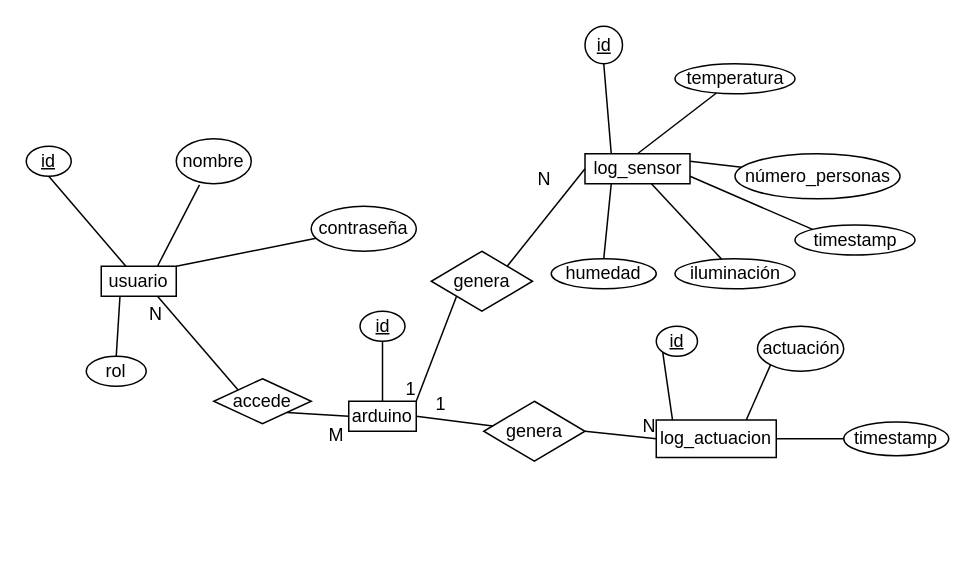
This is ER-integrador.drawio from SergioAlvarezCasasola/integrador, a draw.io file, before an edit. Source tidied: cells renumbered, new cells numbered last; positions are measured from the earlier drawing's top-left corner, leaving out a move shared by most shapes. Both pictures are drawn from the tidied source at 150%, with x=0, y=0 at pixel (26, 26).
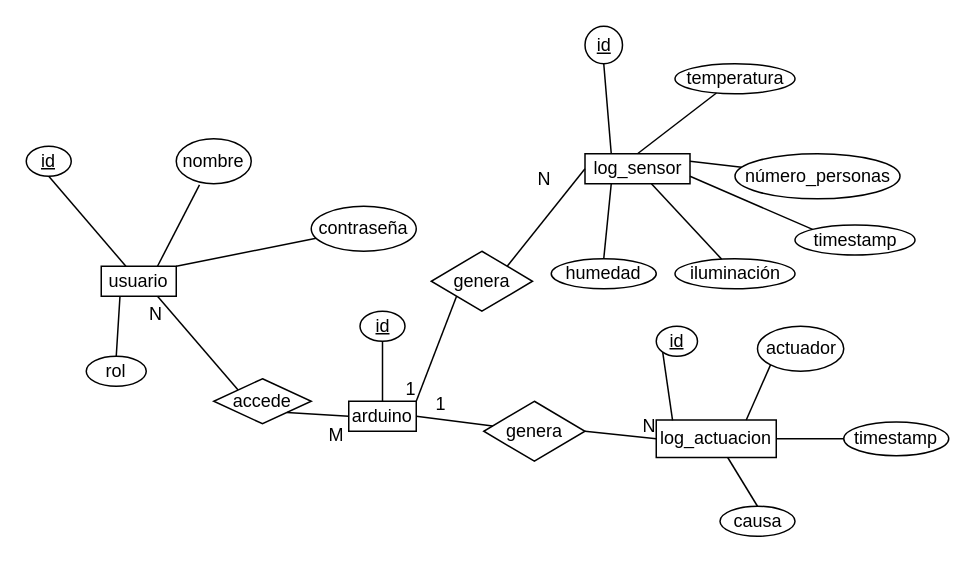
After the change.

Commit message (it also covers changes not shown here):
Añadido causa a log_actuación

The change refers to these unchanged cells:
```xml
<mxCell id="37" value="log_actuacion" style="whiteSpace=wrap;html=1;align=center;" parent="1" vertex="1">
  <mxGeometry x="420" y="262.5" width="80" height="25" as="geometry" />
</mxCell>
```

Diff of the diagram source:
```diff
@@
-    <mxCell id="41" value="actuación" style="ellipse;whiteSpace=wrap;html=1;align=center;" parent="1" vertex="1">
+    <mxCell id="41" value="actuador" style="ellipse;whiteSpace=wrap;html=1;align=center;" parent="1" vertex="1">
       <mxGeometry x="487.5" y="200" width="57.5" height="30" as="geometry" />
     </mxCell>
@@
+    <mxCell id="49" value="causa" style="ellipse;whiteSpace=wrap;html=1;align=center;" parent="1" vertex="1">
+      <mxGeometry x="462.5" y="320" width="50" height="20" as="geometry" />
+    </mxCell>
+    <mxCell id="50" style="endArrow=none;html=1;rounded=0;entryX=0.5;entryY=0;entryDx=0;entryDy=0;" parent="1" edge="1" source="37" target="49">
+      <mxGeometry relative="1" as="geometry" />
+    </mxCell>
```
